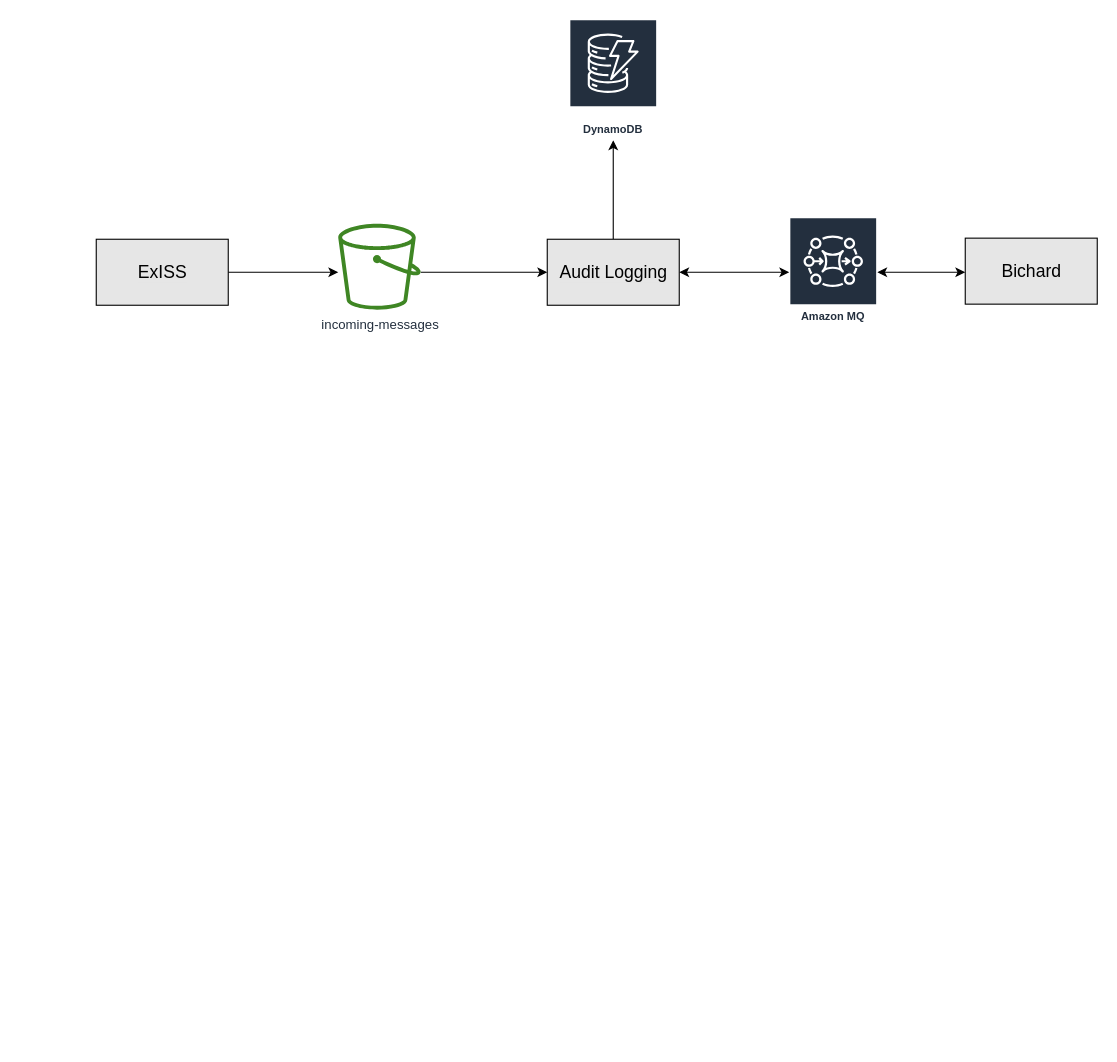
The draw.io diagram page "Overview" (1 of 5) of docs/audit-logging.drawio in ministryofjustice/bichard7-next-audit-logging, before the edit. Source tidied: cells renumbered, new cells numbered last; positions are measured from the earlier drawing's top-left corner, leaving out a move shared by most shapes. Both pictures are drawn from the tidied source at 110%, with x=0, y=0 at pixel (96, 19).
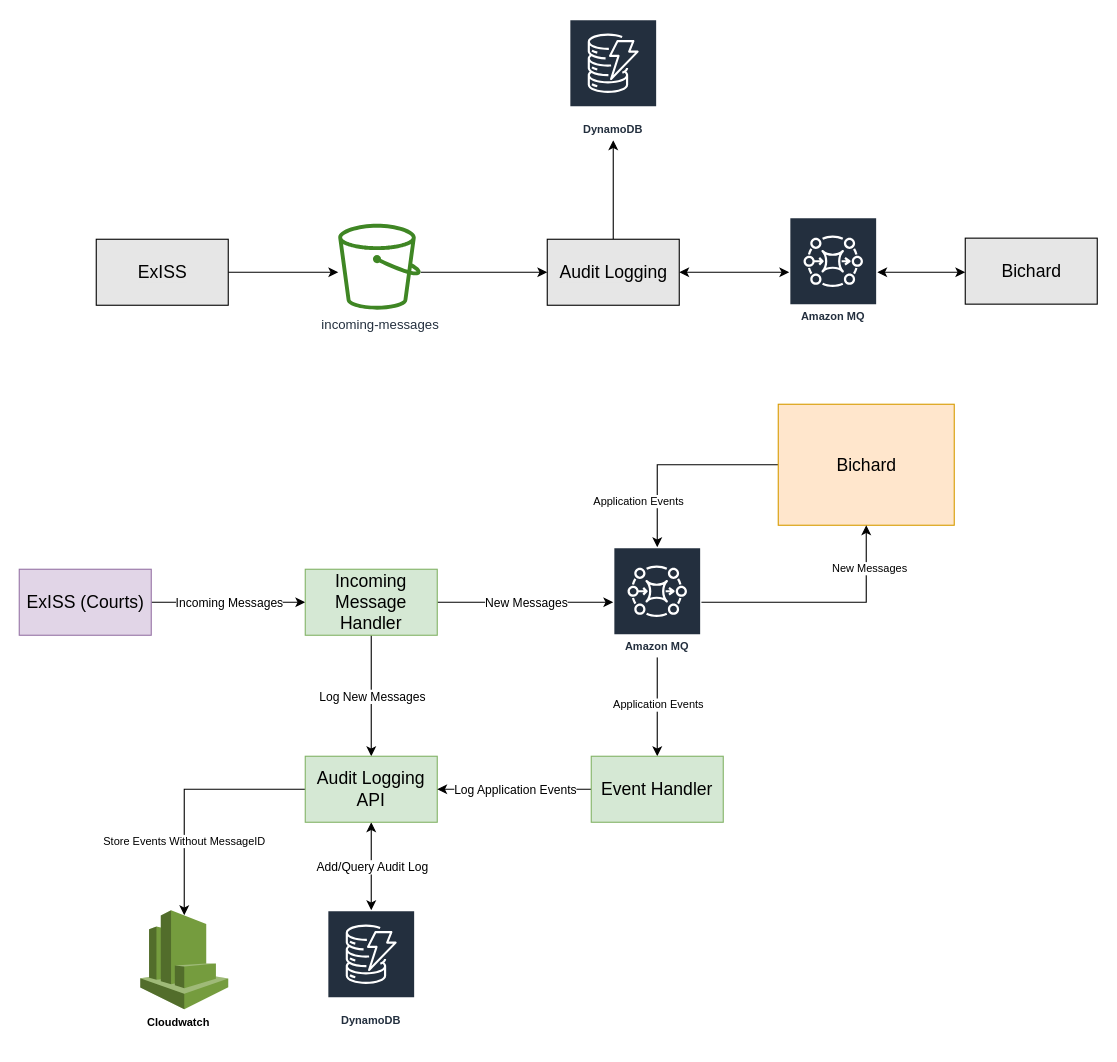
The same page after the edit.

Commit message (it also covers changes not shown here):
WIP - Started updating audit-logging diagrams to simplify. Also added temp drawio files to gitignore

The edit, as a diff of the source:
```diff
@@
+    <mxCell id="13" style="edgeStyle=orthogonalEdgeStyle;rounded=0;jettySize=auto;html=1;" parent="1" edge="1" source="15" target="20">
+      <mxGeometry relative="1" as="geometry" />
+    </mxCell>
+    <mxCell id="14" value="Incoming Messages" style="edgeLabel;html=1;align=center;verticalAlign=middle;" parent="13" vertex="1">
+      <mxGeometry relative="1" as="geometry" />
+    </mxCell>
+    <mxCell id="15" value="ExISS (Courts)" style="html=1;dashed=0;whitespace=wrap;labelBackgroundColor=none;fontSize=16;fillColor=#e1d5e7;strokeColor=#9673a6;" parent="1" vertex="1">
+      <mxGeometry x="-70" y="500" width="120" height="60" as="geometry" />
+    </mxCell>
+    <mxCell id="16" style="edgeStyle=orthogonalEdgeStyle;rounded=0;jettySize=auto;html=1;" parent="1" edge="1" source="20" target="34">
+      <mxGeometry relative="1" as="geometry" />
+    </mxCell>
+    <mxCell id="17" value="New Messages" style="edgeLabel;html=1;align=center;verticalAlign=middle;" parent="16" vertex="1">
+      <mxGeometry relative="1" as="geometry" />
+    </mxCell>
+    <mxCell id="18" style="edgeStyle=orthogonalEdgeStyle;rounded=0;jettySize=auto;html=1;" parent="1" edge="1" source="20" target="25">
+      <mxGeometry relative="1" as="geometry" />
+    </mxCell>
+    <mxCell id="19" value="Log New Messages" style="edgeLabel;html=1;align=center;verticalAlign=middle;" parent="18" vertex="1">
+      <mxGeometry relative="1" as="geometry" />
+    </mxCell>
+    <mxCell id="20" value="Incoming Message Handler" style="html=1;dashed=0;whitespace=wrap;labelBackgroundColor=none;fontSize=16;fillColor=#d5e8d4;whiteSpace=wrap;strokeColor=#82b366;" parent="1" vertex="1">
+      <mxGeometry x="190" y="500" width="120" height="60" as="geometry" />
+    </mxCell>
+    <mxCell id="21" style="edgeStyle=orthogonalEdgeStyle;rounded=0;jettySize=auto;html=1;startArrow=classic;startFill=1;" parent="1" edge="1" source="25" target="29">
+      <mxGeometry relative="1" as="geometry" />
+    </mxCell>
+    <mxCell id="22" value="Add/Query Audit Log" style="edgeLabel;html=1;align=center;verticalAlign=middle;" parent="21" vertex="1">
+      <mxGeometry relative="1" as="geometry" />
+    </mxCell>
+    <mxCell id="23" style="edgeStyle=orthogonalEdgeStyle;rounded=0;jettySize=auto;html=1;entryX=0.5;entryY=0.05;entryDx=0;entryDy=0;entryPerimeter=0;fontSize=10;startArrow=none;startFill=0;" parent="1" edge="1" source="25" target="39">
+      <mxGeometry relative="1" as="geometry" />
+    </mxCell>
+    <mxCell id="24" value="Store Events Without MessageID" style="edgeLabel;html=1;align=center;verticalAlign=middle;fontSize=10;" parent="23" vertex="1">
+      <mxGeometry relative="1" as="geometry">
+        <mxPoint x="-1" y="44" as="offset" />
+      </mxGeometry>
+    </mxCell>
+    <mxCell id="25" value="Audit Logging API" style="dashed=0;whitespace=wrap;labelBackgroundColor=none;fontSize=16;fillColor=#d5e8d4;whiteSpace=wrap;html=1;snapToPoint=1;strokeColor=#82b366;" parent="1" vertex="1">
+      <mxGeometry x="190" y="670" width="120" height="60" as="geometry" />
+    </mxCell>
+    <mxCell id="26" style="edgeStyle=orthogonalEdgeStyle;rounded=0;jettySize=auto;html=1;fontSize=10;startArrow=none;startFill=0;" parent="1" edge="1" source="28" target="34">
+      <mxGeometry relative="1" as="geometry" />
+    </mxCell>
+    <mxCell id="27" value="Application Events" style="edgeLabel;html=1;align=center;verticalAlign=middle;fontSize=10;" parent="26" vertex="1">
+      <mxGeometry relative="1" as="geometry">
+        <mxPoint x="-35" y="32" as="offset" />
+      </mxGeometry>
+    </mxCell>
+    <mxCell id="28" value="Bichard" style="html=1;dashed=0;whitespace=wrap;labelBackgroundColor=none;fontSize=16;fillColor=#ffe6cc;strokeColor=#d79b00;" parent="1" vertex="1">
+      <mxGeometry x="620" y="350" width="160" height="110" as="geometry" />
+    </mxCell>
+    <mxCell id="29" value="DynamoDB" style="sketch=0;outlineConnect=0;fontColor=#232F3E;gradientColor=none;strokeColor=#ffffff;fillColor=#232F3E;dashed=0;verticalLabelPosition=middle;verticalAlign=bottom;align=center;html=1;whiteSpace=wrap;fontSize=10;fontStyle=1;spacing=3;shape=mxgraph.aws4.productIcon;prIcon=mxgraph.aws4.dynamodb;" parent="1" vertex="1">
+      <mxGeometry x="210" y="810" width="80" height="110" as="geometry" />
+    </mxCell>
+    <mxCell id="30" style="edgeStyle=orthogonalEdgeStyle;rounded=0;jettySize=auto;html=1;fontSize=10;startArrow=none;startFill=0;" parent="1" edge="1" source="34" target="37">
+      <mxGeometry relative="1" as="geometry" />
+    </mxCell>
+    <mxCell id="31" value="Application Events" style="edgeLabel;html=1;align=center;verticalAlign=middle;fontSize=10;" parent="30" vertex="1">
+      <mxGeometry x="-0.07" relative="1" as="geometry" />
+    </mxCell>
+    <mxCell id="32" style="edgeStyle=orthogonalEdgeStyle;rounded=0;jettySize=auto;html=1;entryX=0.5;entryY=1;entryDx=0;entryDy=0;fontSize=10;startArrow=none;startFill=0;" parent="1" edge="1" source="34" target="28">
+      <mxGeometry relative="1" as="geometry" />
+    </mxCell>
+    <mxCell id="33" value="New Messages" style="edgeLabel;html=1;align=center;verticalAlign=middle;fontSize=10;" parent="32" vertex="1">
+      <mxGeometry relative="1" as="geometry">
+        <mxPoint x="42" y="-32" as="offset" />
+      </mxGeometry>
+    </mxCell>
+    <mxCell id="34" value="Amazon MQ" style="sketch=0;outlineConnect=0;fontColor=#232F3E;gradientColor=none;strokeColor=#ffffff;fillColor=#232F3E;dashed=0;verticalLabelPosition=middle;verticalAlign=bottom;align=center;html=1;whiteSpace=wrap;fontSize=10;fontStyle=1;spacing=3;shape=mxgraph.aws4.productIcon;prIcon=mxgraph.aws4.mq;labelBackgroundColor=none;" parent="1" vertex="1">
+      <mxGeometry x="470" y="480" width="80" height="100" as="geometry" />
+    </mxCell>
+    <mxCell id="35" style="edgeStyle=orthogonalEdgeStyle;rounded=0;jettySize=auto;html=1;startArrow=none;startFill=0;" parent="1" edge="1" source="37" target="25">
+      <mxGeometry relative="1" as="geometry" />
+    </mxCell>
+    <mxCell id="36" value="Log Application Events" style="edgeLabel;html=1;align=center;verticalAlign=middle;" parent="35" vertex="1">
+      <mxGeometry relative="1" as="geometry" />
+    </mxCell>
+    <mxCell id="37" value="Event Handler" style="dashed=0;whitespace=wrap;labelBackgroundColor=none;fontSize=16;fillColor=#d5e8d4;whiteSpace=wrap;html=1;snapToPoint=1;strokeColor=#82b366;" parent="1" vertex="1">
+      <mxGeometry x="450" y="670" width="120" height="60" as="geometry" />
+    </mxCell>
+    <mxCell id="38" style="group;" parent="1" vertex="1">
+      <mxGeometry x="20" y="810" width="110" height="120" as="geometry" />
+    </mxCell>
+    <mxCell id="39" style="outlineConnect=0;dashed=0;verticalLabelPosition=middle;verticalAlign=middle;align=center;html=1;shape=mxgraph.aws3.cloudwatch;fillColor=#759C3E;gradientColor=none;labelBackgroundColor=none;fontStyle=1;fontSize=10;whiteSpace=wrap;labelPosition=center;" parent="38" vertex="1">
+      <mxGeometry x="20" width="80" height="90" as="geometry" />
+    </mxCell>
+    <mxCell id="40" value="&lt;span style=&quot;color: rgb(0, 0, 0); font-family: Helvetica; font-style: normal; font-variant-ligatures: normal; font-variant-caps: normal; letter-spacing: normal; orphans: 2; text-indent: 0px; text-transform: none; widows: 2; word-spacing: 0px; -webkit-text-stroke-width: 0px; background-color: rgb(255, 255, 255); text-decoration-thickness: initial; text-decoration-style: initial; text-decoration-color: initial; float: none; display: inline !important;&quot;&gt;&lt;b style=&quot;&quot;&gt;&lt;font style=&quot;font-size: 10px;&quot;&gt;Cloudwatch&lt;/font&gt;&lt;/b&gt;&lt;/span&gt;" style="text;whiteSpace=wrap;html=1;fontSize=10;align=center;" parent="38" vertex="1">
+      <mxGeometry y="90" width="110" height="30" as="geometry" />
+    </mxCell>
```
